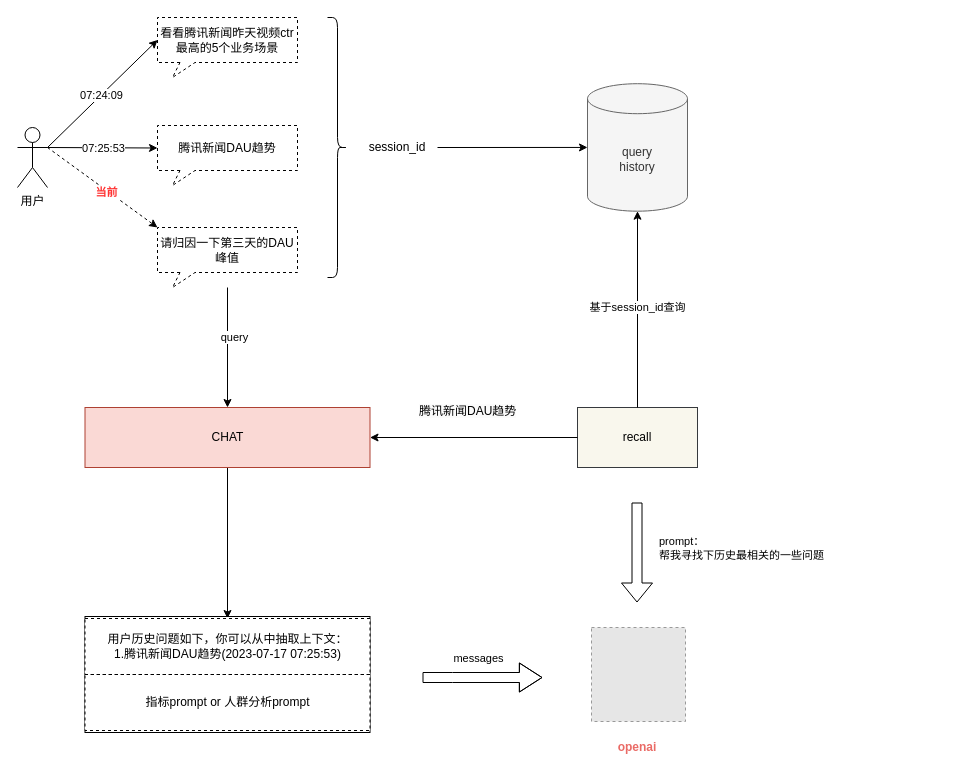
Above: llm_multi_round.drawio in learn2Pro/draw_io_save (draw.io), before the change. Source tidied: cells renumbered, new cells numbered last; positions are measured from the earlier drawing's top-left corner, leaving out a move shared by most shapes. Both pictures are drawn from the tidied source at 100%, with x=0, y=0 at pixel (17, 17). Pictures stored in the file or linked from it are replaced by grey dashed boxes.
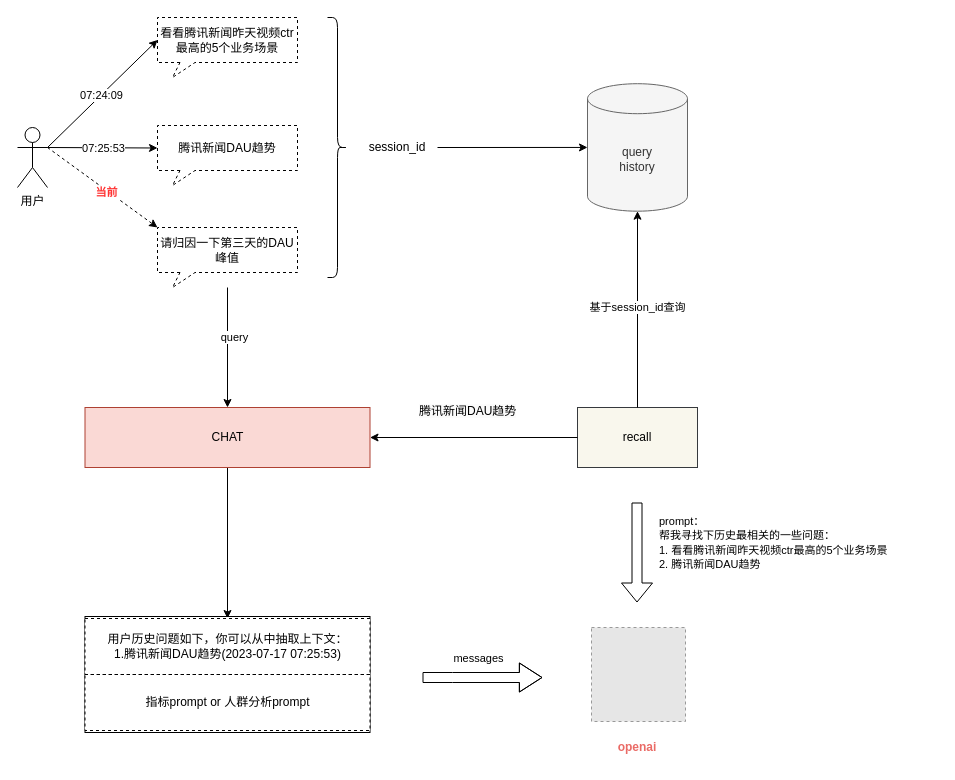
The same page after the edit.

The edit, as a diff of the source:
```diff
@@
-    <mxCell id="33" value="&lt;span style=&quot;color: rgb(0, 0, 0); font-family: Helvetica; font-size: 11px; font-style: normal; font-variant-ligatures: normal; font-variant-caps: normal; font-weight: 400; letter-spacing: normal; orphans: 2; text-align: center; text-indent: 0px; text-transform: none; widows: 2; word-spacing: 0px; -webkit-text-stroke-width: 0px; background-color: rgb(255, 255, 255); text-decoration-thickness: initial; text-decoration-style: initial; text-decoration-color: initial; float: none; display: inline !important;&quot;&gt;prompt：&lt;/span&gt;&lt;br style=&quot;border-color: var(--border-color); color: rgb(0, 0, 0); font-family: Helvetica; font-size: 11px; font-style: normal; font-variant-ligatures: normal; font-variant-caps: normal; font-weight: 400; letter-spacing: normal; orphans: 2; text-align: center; text-indent: 0px; text-transform: none; widows: 2; word-spacing: 0px; -webkit-text-stroke-width: 0px; text-decoration-thickness: initial; text-decoration-style: initial; text-decoration-color: initial;&quot;&gt;&lt;span style=&quot;color: rgb(0, 0, 0); font-family: Helvetica; font-size: 11px; font-style: normal; font-variant-ligatures: normal; font-variant-caps: normal; font-weight: 400; letter-spacing: normal; orphans: 2; text-align: center; text-indent: 0px; text-transform: none; widows: 2; word-spacing: 0px; -webkit-text-stroke-width: 0px; background-color: rgb(255, 255, 255); text-decoration-thickness: initial; text-decoration-style: initial; text-decoration-color: initial; float: none; display: inline !important;&quot;&gt;帮我寻找下历史最相关的一些问题&lt;/span&gt;" style="text;whiteSpace=wrap;html=1;" parent="1" vertex="1">
-      <mxGeometry x="640" y="510" width="180" height="40" as="geometry" />
+    <mxCell id="33" value="&lt;span style=&quot;color: rgb(0, 0, 0); font-family: Helvetica; font-size: 11px; font-style: normal; font-variant-ligatures: normal; font-variant-caps: normal; font-weight: 400; letter-spacing: normal; orphans: 2; text-align: center; text-indent: 0px; text-transform: none; widows: 2; word-spacing: 0px; -webkit-text-stroke-width: 0px; background-color: rgb(255, 255, 255); text-decoration-thickness: initial; text-decoration-style: initial; text-decoration-color: initial; float: none; display: inline !important;&quot;&gt;prompt：&lt;/span&gt;&lt;br style=&quot;border-color: var(--border-color); color: rgb(0, 0, 0); font-family: Helvetica; font-size: 11px; font-style: normal; font-variant-ligatures: normal; font-variant-caps: normal; font-weight: 400; letter-spacing: normal; orphans: 2; text-align: center; text-indent: 0px; text-transform: none; widows: 2; word-spacing: 0px; -webkit-text-stroke-width: 0px; text-decoration-thickness: initial; text-decoration-style: initial; text-decoration-color: initial;&quot;&gt;&lt;span style=&quot;color: rgb(0, 0, 0); font-family: Helvetica; font-size: 11px; font-style: normal; font-variant-ligatures: normal; font-variant-caps: normal; font-weight: 400; letter-spacing: normal; orphans: 2; text-align: center; text-indent: 0px; text-transform: none; widows: 2; word-spacing: 0px; -webkit-text-stroke-width: 0px; background-color: rgb(255, 255, 255); text-decoration-thickness: initial; text-decoration-style: initial; text-decoration-color: initial; float: none; display: inline !important;&quot;&gt;帮我寻找下历史最相关的一些问题：&lt;br&gt;1.&amp;nbsp;看看腾讯新闻昨天视频ctr最高的5个业务场景&lt;br&gt;2.&amp;nbsp;腾讯新闻DAU趋势&lt;br&gt;&lt;/span&gt;" style="text;whiteSpace=wrap;html=1;" parent="1" vertex="1">
+      <mxGeometry x="640" y="490" width="280" height="70" as="geometry" />
     </mxCell>
```
